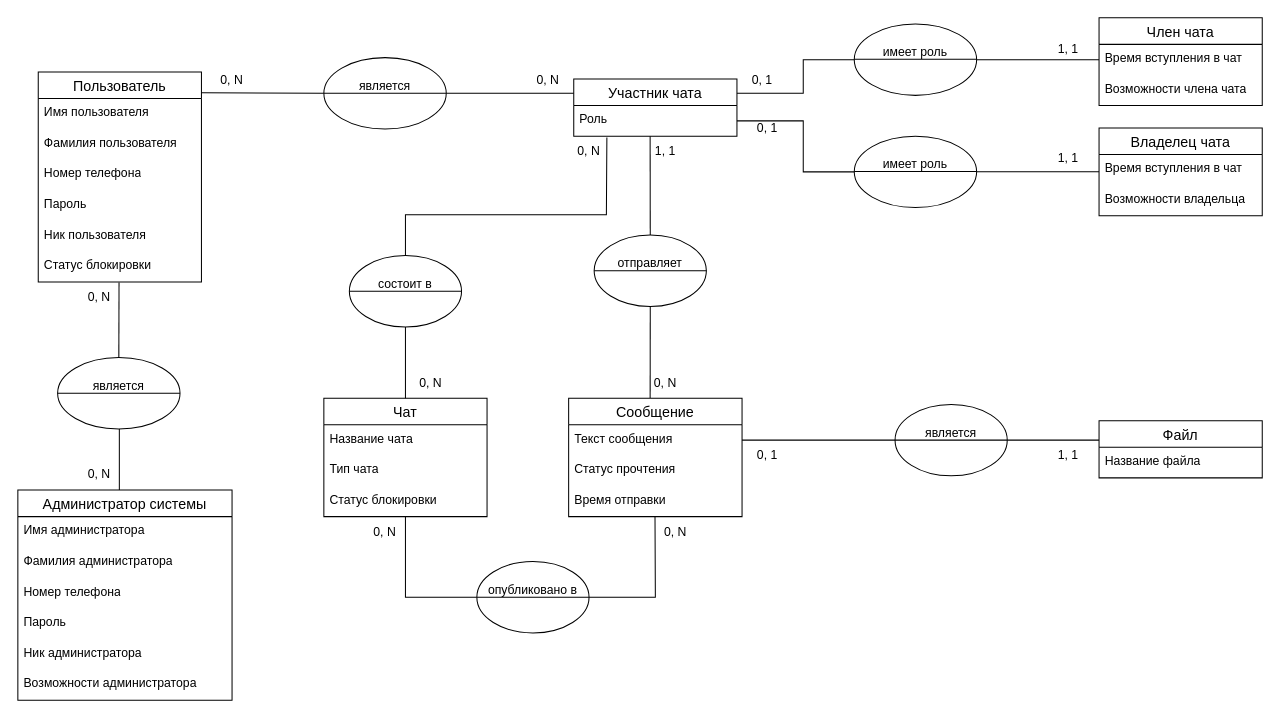
The draw.io diagram ER диаграмма.drawio in marsek4/database, before the edit. Source tidied: cells renumbered, new cells numbered last; positions are measured from the earlier drawing's top-left corner, leaving out a move shared by most shapes. Both pictures are drawn from the tidied source at 102%, with x=0, y=0 at pixel (17, 17).
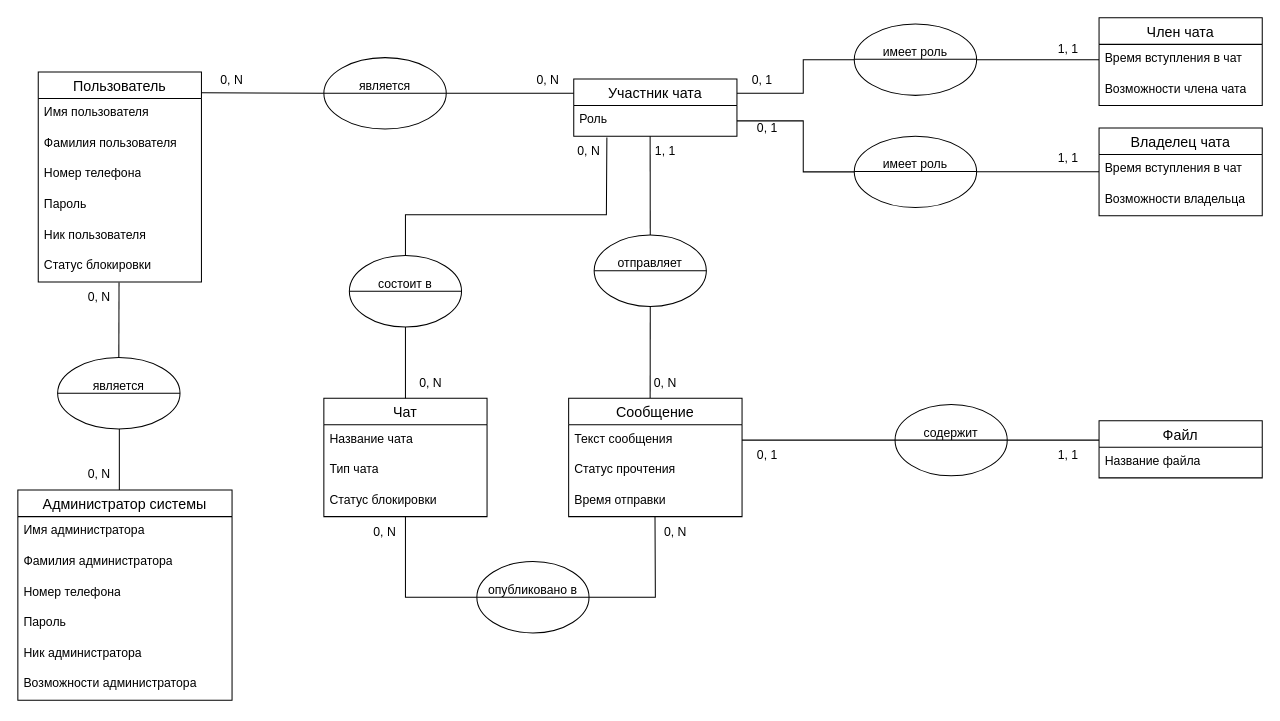
The same page after the edit.

Diff of the diagram source:
```diff
@@
-    <mxCell id="48" value="является&lt;div&gt;&lt;br/&gt;&lt;/div&gt;" style="ellipse;whiteSpace=wrap;html=1;" parent="1" vertex="1">
+    <mxCell id="48" value="&lt;div&gt;содержит&lt;/div&gt;&lt;div&gt;&lt;br&gt;&lt;/div&gt;" style="ellipse;whiteSpace=wrap;html=1;" parent="1" vertex="1">
       <mxGeometry x="860" y="379" width="110" height="70" as="geometry" />
     </mxCell>
```
